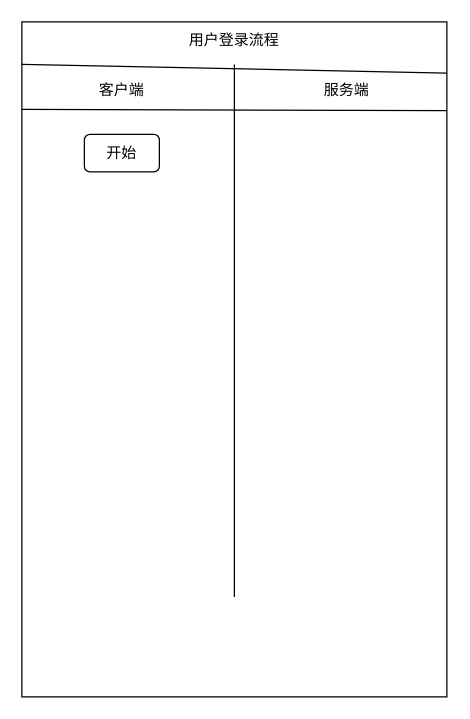
yuxinyu12345/diagrams keeps this draw.io diagram as 主体管理模块.drawio. Above is the earlier version. Source tidied: cells renumbered, new cells numbered last; positions are measured from the earlier drawing's top-left corner, leaving out a move shared by most shapes. Both pictures are drawn from the tidied source at 125%, with x=0, y=0 at pixel (21, 21).
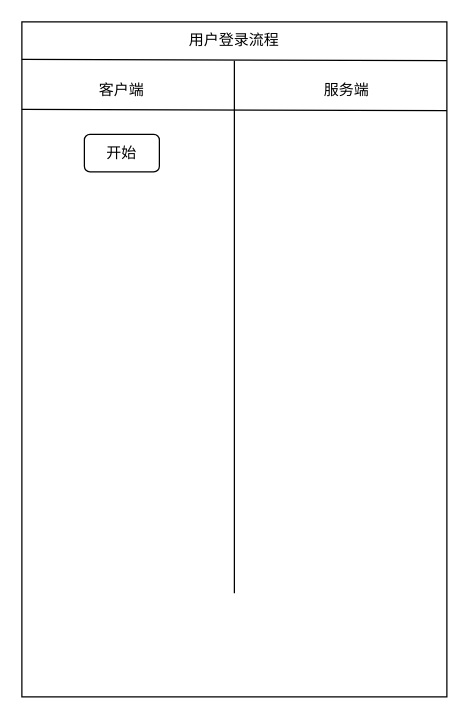
The same diagram, later.

Commit message (it also covers changes not shown here):
更新主体管理模块.drawio

The edit, as a diff of the source:
```diff
@@
 <mxGraphModel>
   <root>
     <mxCell id="0" />
     <mxCell id="1" parent="0" />
     <mxCell id="2" style="rounded=0;whiteSpace=wrap;html=1;" parent="1" vertex="1">
       <mxGeometry width="340" height="540" as="geometry" />
     </mxCell>
-    <mxCell id="3" style="endArrow=none;html=1;rounded=0;exitX=-0.003;exitY=0.074;exitDx=0;exitDy=0;exitPerimeter=0;entryX=1;entryY=0.076;entryDx=0;entryDy=0;entryPerimeter=0;" parent="1" edge="1" target="2">
-      <mxGeometry relative="1" as="geometry">
-        <mxPoint y="34" as="sourcePoint" />
-      </mxGeometry>
-    </mxCell>
     <mxCell id="4" value="用户登录流程" style="text;html=1;strokeColor=none;fillColor=none;align=center;verticalAlign=middle;whiteSpace=wrap;rounded=0;" parent="1" vertex="1">
       <mxGeometry x="130" width="80" height="30" as="geometry" />
     </mxCell>
     <mxCell id="5" style="endArrow=none;html=1;rounded=0;exitX=-0.003;exitY=0.074;exitDx=0;exitDy=0;exitPerimeter=0;entryX=1;entryY=0.076;entryDx=0;entryDy=0;entryPerimeter=0;" parent="1" edge="1">
       <mxGeometry relative="1" as="geometry">
         <mxPoint y="70" as="sourcePoint" />
         <mxPoint x="340" y="71" as="targetPoint" />
       </mxGeometry>
     </mxCell>
     <mxCell id="6" style="endArrow=none;html=1;rounded=0;jumpSize=19;" parent="1" edge="1">
       <mxGeometry relative="1" as="geometry">
-        <mxPoint x="170" y="34" as="sourcePoint" />
-        <mxPoint x="170" y="460" as="targetPoint" />
+        <mxPoint x="170" y="31" as="sourcePoint" />
+        <mxPoint x="170" y="457" as="targetPoint" />
       </mxGeometry>
     </mxCell>
     <mxCell id="7" value="客户端" style="text;html=1;strokeColor=none;fillColor=none;align=center;verticalAlign=middle;whiteSpace=wrap;rounded=0;" parent="1" vertex="1">
       <mxGeometry x="50" y="40" width="60" height="30" as="geometry" />
     </mxCell>
     <mxCell id="8" value="服务端" style="text;html=1;strokeColor=none;fillColor=none;align=center;verticalAlign=middle;whiteSpace=wrap;rounded=0;" parent="1" vertex="1">
       <mxGeometry x="230" y="40" width="60" height="30" as="geometry" />
     </mxCell>
     <mxCell id="9" value="开始" style="rounded=1;whiteSpace=wrap;html=1;" parent="1" vertex="1">
       <mxGeometry x="50" y="90" width="60" height="30" as="geometry" />
     </mxCell>
+    <mxCell id="10" style="endArrow=none;html=1;rounded=0;exitX=-0.003;exitY=0.074;exitDx=0;exitDy=0;exitPerimeter=0;entryX=1;entryY=0.076;entryDx=0;entryDy=0;entryPerimeter=0;" parent="1" edge="1">
+      <mxGeometry relative="1" as="geometry">
+        <mxPoint y="30" as="sourcePoint" />
+        <mxPoint x="340" y="31" as="targetPoint" />
+      </mxGeometry>
+    </mxCell>
   </root>
 </mxGraphModel>
```
